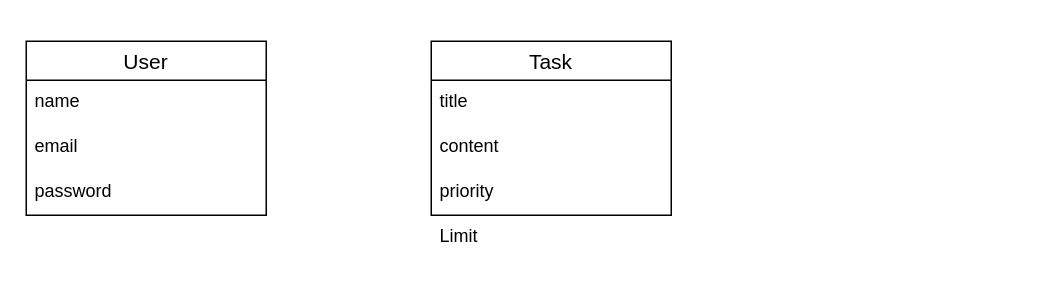
Above: docs/ER_picture.dio in yu-tas/manyo (draw.io), before the change. Source tidied: cells renumbered, new cells numbered last; positions are measured from the earlier drawing's top-left corner, leaving out a move shared by most shapes. Both pictures are drawn from the tidied source at 150%, with x=0, y=0 at pixel (26, 40).
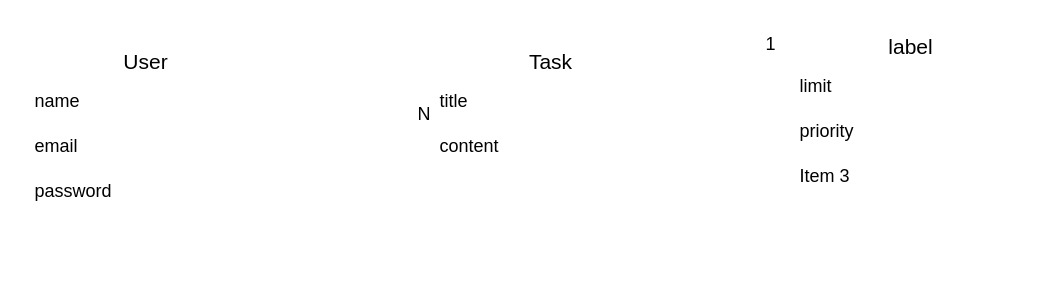
The same page after the edit.

The edit, as a diff of the source:
```diff
@@
 <mxGraphModel>
   <root>
     <mxCell id="0" />
     <mxCell id="1" parent="0" />
-    <mxCell id="2" value="User" style="swimlane;fontStyle=0;horizontal=1;startSize=26;align=center;fontSize=14;" parent="1" vertex="1">
+    <mxCell id="2" value="User" style="swimlane;fontStyle=0;horizontal=1;startSize=26;align=center;fontSize=14;strokeColor=#FFFFFF;" parent="1" vertex="1">
       <mxGeometry width="160" height="116" as="geometry" />
     </mxCell>
-    <mxCell id="3" value="name" style="text;strokeColor=none;fillColor=none;spacingLeft=4;spacingRight=4;overflow=hidden;fontSize=12;" parent="2" vertex="1">
+    <mxCell id="3" value="name" style="text;strokeColor=#FFFFFF;fillColor=none;spacingLeft=4;spacingRight=4;overflow=hidden;fontSize=12;" parent="2" vertex="1">
       <mxGeometry y="26" width="160" height="30" as="geometry" />
     </mxCell>
-    <mxCell id="4" value="email" style="text;strokeColor=none;fillColor=none;spacingLeft=4;spacingRight=4;overflow=hidden;fontSize=12;" parent="2" vertex="1">
+    <mxCell id="4" value="email" style="text;strokeColor=#FFFFFF;fillColor=none;spacingLeft=4;spacingRight=4;overflow=hidden;fontSize=12;" parent="2" vertex="1">
       <mxGeometry y="56" width="160" height="30" as="geometry" />
     </mxCell>
-    <mxCell id="5" value="password" style="text;strokeColor=none;fillColor=none;spacingLeft=4;spacingRight=4;overflow=hidden;fontSize=12;" parent="2" vertex="1">
+    <mxCell id="5" value="password" style="text;strokeColor=#FFFFFF;fillColor=none;spacingLeft=4;spacingRight=4;overflow=hidden;fontSize=12;" parent="2" vertex="1">
       <mxGeometry y="86" width="160" height="30" as="geometry" />
     </mxCell>
-    <mxCell id="6" value="Task" style="swimlane;fontStyle=0;horizontal=1;startSize=26;align=center;fontSize=14;" parent="1" vertex="1">
-      <mxGeometry x="270" width="160" height="116" as="geometry" />
+    <mxCell id="6" value="Task" style="swimlane;fontStyle=0;horizontal=1;startSize=26;align=center;fontSize=14;strokeColor=#FFFFFF;" parent="1" vertex="1">
+      <mxGeometry x="270" width="160" height="86" as="geometry" />
     </mxCell>
-    <mxCell id="7" value="title" style="text;strokeColor=none;fillColor=none;spacingLeft=4;spacingRight=4;overflow=hidden;fontSize=12;" parent="6" vertex="1">
+    <mxCell id="7" value="title" style="text;strokeColor=#FFFFFF;fillColor=none;spacingLeft=4;spacingRight=4;overflow=hidden;fontSize=12;" parent="6" vertex="1">
       <mxGeometry y="26" width="160" height="30" as="geometry" />
     </mxCell>
-    <mxCell id="8" value="content" style="text;strokeColor=none;fillColor=none;spacingLeft=4;spacingRight=4;overflow=hidden;fontSize=12;" parent="6" vertex="1">
+    <mxCell id="8" value="content" style="text;strokeColor=#FFFFFF;fillColor=none;spacingLeft=4;spacingRight=4;overflow=hidden;fontSize=12;" parent="6" vertex="1">
       <mxGeometry y="56" width="160" height="30" as="geometry" />
     </mxCell>
+    <mxCell id="11" style="endArrow=none;html=1;rounded=0;strokeColor=#FFFFFF;" parent="1" edge="1">
+      <mxGeometry relative="1" as="geometry">
+        <mxPoint x="160" y="57" as="sourcePoint" />
+        <mxPoint x="270" y="57.2" as="targetPoint" />
+      </mxGeometry>
+    </mxCell>
+    <mxCell id="12" value="N" style="html=1;align=right;verticalAlign=bottom;strokeColor=#FFFFFF;" parent="11" vertex="1">
+      <mxGeometry x="1" relative="1" as="geometry" />
+    </mxCell>
+    <mxCell id="13" value="label" style="swimlane;fontStyle=0;horizontal=1;startSize=26;align=center;fontSize=14;strokeColor=#FFFFFF;" parent="1" vertex="1">
+      <mxGeometry x="510" y="-10" width="160" height="116" as="geometry" />
+    </mxCell>
+    <mxCell id="14" value="limit" style="text;strokeColor=none;fillColor=none;spacingLeft=4;spacingRight=4;overflow=hidden;fontSize=12;" parent="13" vertex="1">
+      <mxGeometry y="26" width="160" height="30" as="geometry" />
+    </mxCell>
-    <mxCell id="9" value="priority" style="text;strokeColor=none;fillColor=none;spacingLeft=4;spacingRight=4;overflow=hidden;fontSize=12;" parent="6" vertex="1">
-      <mxGeometry y="86" width="160" height="30" as="geometry" />
+    <mxCell id="9" value="priority" style="text;strokeColor=none;fillColor=none;spacingLeft=4;spacingRight=4;overflow=hidden;fontSize=12;" parent="13" vertex="1">
+      <mxGeometry y="56" width="160" height="30" as="geometry" />
     </mxCell>
-    <mxCell id="10" value="Limit" style="text;strokeColor=none;fillColor=none;spacingLeft=4;spacingRight=4;overflow=hidden;fontSize=12;" parent="1" vertex="1">
-      <mxGeometry x="270" y="116" width="160" height="30" as="geometry" />
-    </mxCell>
+    <mxCell id="15" value="Item 3" style="text;strokeColor=none;fillColor=none;spacingLeft=4;spacingRight=4;overflow=hidden;fontSize=12;" parent="13" vertex="1">
+      <mxGeometry y="86" width="160" height="30" as="geometry" />
+    </mxCell>
+    <mxCell id="16" style="endArrow=none;html=1;rounded=0;strokeColor=#FFFFFF;" parent="1" edge="1">
+      <mxGeometry relative="1" as="geometry">
+        <mxPoint x="440" y="10" as="sourcePoint" />
+        <mxPoint x="500" y="10" as="targetPoint" />
+      </mxGeometry>
+    </mxCell>
+    <mxCell id="17" value="1" style="html=1;align=right;verticalAlign=bottom;strokeColor=#FFFFFF;" parent="16" vertex="1">
+      <mxGeometry x="1" relative="1" as="geometry" />
+    </mxCell>
   </root>
 </mxGraphModel>
```
